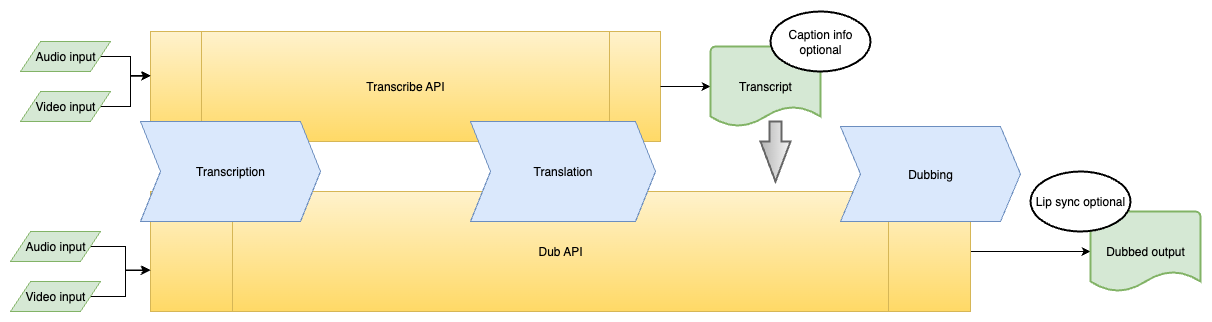
Before: src/pages/guides/TLS/TLS_workflow_diagram.drawio.png, a diagram exported from draw.io (AdobeDocs/ffs-audio-video-API). Source tidied: cells renumbered, new cells last; positions are measured from the earlier drawing's top-left corner, leaving out a move shared by most shapes. The source it was exported from:
```xml
<mxGraphModel>
  <root>
    <mxCell id="0" />
    <mxCell id="1" parent="0" />
    <mxCell id="2" style="edgeStyle=orthogonalEdgeStyle;rounded=0;jettySize=auto;html=1;exitX=1;exitY=0.5;exitDx=0;exitDy=0;" parent="1" edge="1" source="3" target="24">
      <mxGeometry relative="1" as="geometry" />
    </mxCell>
    <mxCell id="3" value="Dub API" style="shape=process;whiteSpace=wrap;html=1;backgroundOutline=1;fillColor=#fff2cc;strokeColor=#d6b656;gradientColor=#ffd966;" parent="1" vertex="1">
      <mxGeometry x="140" y="180" width="820" height="120" as="geometry" />
    </mxCell>
    <mxCell id="4" value="Transcribe API" style="shape=process;whiteSpace=wrap;html=1;backgroundOutline=1;align=center;fillColor=#fff2cc;strokeColor=#d6b656;gradientColor=#ffd966;" parent="1" vertex="1">
      <mxGeometry x="140" y="20" width="510" height="110" as="geometry" />
    </mxCell>
    <mxCell id="5" value="Transcription" style="shape=step;perimeter=stepPerimeter;whiteSpace=wrap;html=1;fixedSize=1;fillColor=#dae8fc;strokeColor=#6c8ebf;" parent="1" vertex="1">
      <mxGeometry x="130" y="110" width="180" height="100" as="geometry" />
    </mxCell>
    <mxCell id="6" value="Dubbing" style="shape=step;perimeter=stepPerimeter;whiteSpace=wrap;html=1;fixedSize=1;fillColor=#dae8fc;strokeColor=#6c8ebf;" parent="1" vertex="1">
      <mxGeometry x="830" y="115" width="180" height="95" as="geometry" />
    </mxCell>
    <mxCell id="7" value="Translation" style="shape=step;perimeter=stepPerimeter;whiteSpace=wrap;html=1;fixedSize=1;fillColor=#dae8fc;strokeColor=#6c8ebf;" parent="1" vertex="1">
      <mxGeometry x="460" y="110" width="185" height="100" as="geometry" />
    </mxCell>
    <mxCell id="8" style="edgeStyle=orthogonalEdgeStyle;rounded=0;jettySize=auto;html=1;exitX=1;exitY=0.5;exitDx=0;exitDy=0;entryX=-0.001;entryY=0.659;entryDx=0;entryDy=0;entryPerimeter=0;" parent="1" edge="1" source="18" target="3">
      <mxGeometry relative="1" as="geometry" />
    </mxCell>
    <mxCell id="9" style="edgeStyle=orthogonalEdgeStyle;rounded=0;jettySize=auto;html=1;exitX=1;exitY=0.5;exitDx=0;exitDy=0;entryX=0;entryY=0.655;entryDx=0;entryDy=0;entryPerimeter=0;" parent="1" edge="1" source="19" target="3">
      <mxGeometry relative="1" as="geometry" />
    </mxCell>
    <mxCell id="10" style="edgeStyle=orthogonalEdgeStyle;rounded=0;jettySize=auto;html=1;exitX=1;exitY=0.5;exitDx=0;exitDy=0;entryX=0;entryY=0.4;entryDx=0;entryDy=0;entryPerimeter=0;" parent="1" edge="1" source="15" target="4">
      <mxGeometry relative="1" as="geometry" />
    </mxCell>
    <mxCell id="11" style="edgeStyle=orthogonalEdgeStyle;rounded=0;jettySize=auto;html=1;exitX=1;exitY=0.5;exitDx=0;exitDy=0;entryX=-0.001;entryY=0.407;entryDx=0;entryDy=0;entryPerimeter=0;" parent="1" edge="1" source="16" target="4">
      <mxGeometry relative="1" as="geometry" />
    </mxCell>
    <mxCell id="12" style="edgeStyle=orthogonalEdgeStyle;rounded=0;jettySize=auto;html=1;exitX=1;exitY=0.5;exitDx=0;exitDy=0;entryX=0;entryY=0.5;entryDx=0;entryDy=0;entryPerimeter=0;" parent="1" edge="1" source="4" target="21">
      <mxGeometry relative="1" as="geometry" />
    </mxCell>
    <mxCell id="13" style="verticalLabelPosition=bottom;verticalAlign=top;html=1;strokeWidth=2;shape=mxgraph.arrows2.arrow;dy=0.6;dx=40;notch=0;rotation=0;direction=south;fillColor=#f5f5f5;strokeColor=#666666;gradientColor=#b3b3b3;" parent="1" vertex="1">
      <mxGeometry x="750" y="110" width="30" height="60" as="geometry" />
    </mxCell>
    <mxCell id="14" style="group;" parent="1" vertex="1">
      <mxGeometry x="10" y="30" width="90" height="80" as="geometry" />
    </mxCell>
    <mxCell id="15" value="Audio input" style="shape=parallelogram;perimeter=parallelogramPerimeter;whiteSpace=wrap;html=1;fixedSize=1;fillColor=#d5e8d4;strokeColor=#82b366;" parent="14" vertex="1">
      <mxGeometry width="90" height="30" as="geometry" />
    </mxCell>
    <mxCell id="16" value="Video input" style="shape=parallelogram;perimeter=parallelogramPerimeter;whiteSpace=wrap;html=1;fixedSize=1;fillColor=#d5e8d4;strokeColor=#82b366;" parent="14" vertex="1">
      <mxGeometry y="50" width="90" height="30" as="geometry" />
    </mxCell>
    <mxCell id="17" style="group;" parent="1" vertex="1">
      <mxGeometry y="220" width="90" height="80" as="geometry" />
    </mxCell>
    <mxCell id="18" value="Audio input" style="shape=parallelogram;perimeter=parallelogramPerimeter;whiteSpace=wrap;html=1;fixedSize=1;fillColor=#d5e8d4;strokeColor=#82b366;" parent="17" vertex="1">
      <mxGeometry width="90" height="30" as="geometry" />
    </mxCell>
    <mxCell id="19" value="Video input" style="shape=parallelogram;perimeter=parallelogramPerimeter;whiteSpace=wrap;html=1;fixedSize=1;fillColor=#d5e8d4;strokeColor=#82b366;" parent="17" vertex="1">
      <mxGeometry y="50" width="90" height="30" as="geometry" />
    </mxCell>
    <mxCell id="20" style="group;" parent="1" vertex="1">
      <mxGeometry x="700" width="160" height="115" as="geometry" />
    </mxCell>
    <mxCell id="21" value="Transcript" style="strokeWidth=2;html=1;shape=mxgraph.flowchart.document2;whiteSpace=wrap;size=0.25;fillColor=#d5e8d4;strokeColor=#82b366;" parent="20" vertex="1">
      <mxGeometry y="35" width="110" height="80" as="geometry" />
    </mxCell>
    <mxCell id="22" value="Caption info optional" style="strokeWidth=2;html=1;shape=mxgraph.flowchart.start_1;whiteSpace=wrap;" parent="20" vertex="1">
      <mxGeometry x="60" width="100" height="60" as="geometry" />
    </mxCell>
    <mxCell id="23" style="group;" parent="1" vertex="1">
      <mxGeometry x="1020" y="160" width="170" height="120" as="geometry" />
    </mxCell>
    <mxCell id="24" value="Dubbed output" style="strokeWidth=2;html=1;shape=mxgraph.flowchart.document2;whiteSpace=wrap;size=0.25;fillColor=#d5e8d4;strokeColor=#82b366;" parent="23" vertex="1">
      <mxGeometry x="60" y="40" width="110" height="80" as="geometry" />
    </mxCell>
    <mxCell id="25" value="Lip sync optional" style="strokeWidth=2;html=1;shape=mxgraph.flowchart.start_1;whiteSpace=wrap;" parent="23" vertex="1">
      <mxGeometry width="100" height="60" as="geometry" />
    </mxCell>
  </root>
</mxGraphModel>
```
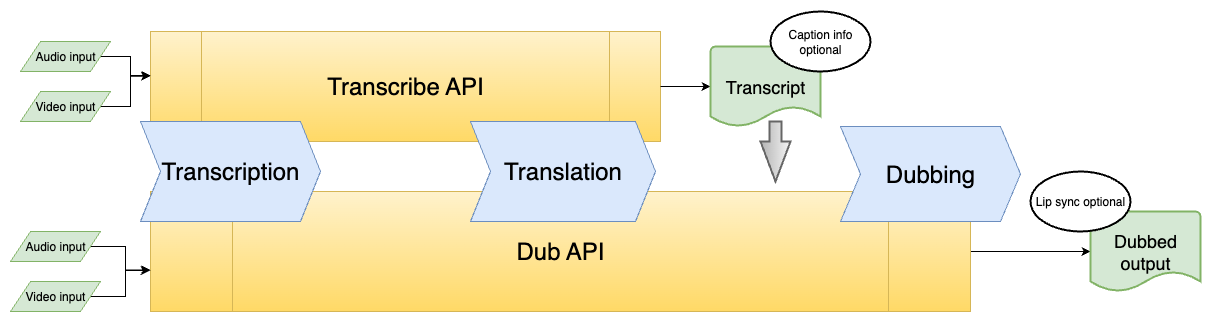
The same file after the commit.

Commit message:
Updated TLS diagram to be more readable

The edit, as a diff of the source:
```diff
@@ -5,19 +5,19 @@
     <mxCell id="2" style="edgeStyle=orthogonalEdgeStyle;rounded=0;jettySize=auto;html=1;exitX=1;exitY=0.5;exitDx=0;exitDy=0;" parent="1" edge="1" source="3" target="24">
       <mxGeometry relative="1" as="geometry" />
     </mxCell>
-    <mxCell id="3" value="Dub API" style="shape=process;whiteSpace=wrap;html=1;backgroundOutline=1;fillColor=#fff2cc;strokeColor=#d6b656;gradientColor=#ffd966;" parent="1" vertex="1">
+    <mxCell id="3" value="&lt;font style=&quot;font-size: 24px;&quot;&gt;Dub API&lt;/font&gt;" style="shape=process;whiteSpace=wrap;html=1;backgroundOutline=1;fillColor=#fff2cc;strokeColor=#d6b656;gradientColor=#ffd966;" parent="1" vertex="1">
       <mxGeometry x="140" y="180" width="820" height="120" as="geometry" />
     </mxCell>
-    <mxCell id="4" value="Transcribe API" style="shape=process;whiteSpace=wrap;html=1;backgroundOutline=1;align=center;fillColor=#fff2cc;strokeColor=#d6b656;gradientColor=#ffd966;" parent="1" vertex="1">
+    <mxCell id="4" value="&lt;font style=&quot;font-size: 24px;&quot;&gt;Transcribe API&lt;/font&gt;" style="shape=process;whiteSpace=wrap;html=1;backgroundOutline=1;align=center;fillColor=#fff2cc;strokeColor=#d6b656;gradientColor=#ffd966;" parent="1" vertex="1">
       <mxGeometry x="140" y="20" width="510" height="110" as="geometry" />
     </mxCell>
-    <mxCell id="5" value="Transcription" style="shape=step;perimeter=stepPerimeter;whiteSpace=wrap;html=1;fixedSize=1;fillColor=#dae8fc;strokeColor=#6c8ebf;" parent="1" vertex="1">
+    <mxCell id="5" value="&lt;font style=&quot;font-size: 24px;&quot;&gt;Transcription&lt;/font&gt;" style="shape=step;perimeter=stepPerimeter;whiteSpace=wrap;html=1;fixedSize=1;fillColor=#dae8fc;strokeColor=#6c8ebf;" parent="1" vertex="1">
       <mxGeometry x="130" y="110" width="180" height="100" as="geometry" />
     </mxCell>
-    <mxCell id="6" value="Dubbing" style="shape=step;perimeter=stepPerimeter;whiteSpace=wrap;html=1;fixedSize=1;fillColor=#dae8fc;strokeColor=#6c8ebf;" parent="1" vertex="1">
+    <mxCell id="6" value="&lt;font style=&quot;font-size: 24px;&quot;&gt;Dubbing&lt;/font&gt;" style="shape=step;perimeter=stepPerimeter;whiteSpace=wrap;html=1;fixedSize=1;fillColor=#dae8fc;strokeColor=#6c8ebf;" parent="1" vertex="1">
       <mxGeometry x="830" y="115" width="180" height="95" as="geometry" />
     </mxCell>
-    <mxCell id="7" value="Translation" style="shape=step;perimeter=stepPerimeter;whiteSpace=wrap;html=1;fixedSize=1;fillColor=#dae8fc;strokeColor=#6c8ebf;" parent="1" vertex="1">
+    <mxCell id="7" value="&lt;font style=&quot;font-size: 24px;&quot;&gt;Translation&lt;/font&gt;" style="shape=step;perimeter=stepPerimeter;whiteSpace=wrap;html=1;fixedSize=1;fillColor=#dae8fc;strokeColor=#6c8ebf;" parent="1" vertex="1">
       <mxGeometry x="460" y="110" width="185" height="100" as="geometry" />
     </mxCell>
     <mxCell id="8" style="edgeStyle=orthogonalEdgeStyle;rounded=0;jettySize=auto;html=1;exitX=1;exitY=0.5;exitDx=0;exitDy=0;entryX=-0.001;entryY=0.659;entryDx=0;entryDy=0;entryPerimeter=0;" parent="1" edge="1" source="18" target="3">
@@ -59,7 +59,7 @@
     <mxCell id="20" style="group;" parent="1" vertex="1">
       <mxGeometry x="700" width="160" height="115" as="geometry" />
     </mxCell>
-    <mxCell id="21" value="Transcript" style="strokeWidth=2;html=1;shape=mxgraph.flowchart.document2;whiteSpace=wrap;size=0.25;fillColor=#d5e8d4;strokeColor=#82b366;" parent="20" vertex="1">
+    <mxCell id="21" value="&lt;font style=&quot;font-size: 18px;&quot;&gt;Transcript&lt;/font&gt;" style="strokeWidth=2;html=1;shape=mxgraph.flowchart.document2;whiteSpace=wrap;size=0.25;fillColor=#d5e8d4;strokeColor=#82b366;" parent="20" vertex="1">
       <mxGeometry y="35" width="110" height="80" as="geometry" />
     </mxCell>
     <mxCell id="22" value="Caption info optional" style="strokeWidth=2;html=1;shape=mxgraph.flowchart.start_1;whiteSpace=wrap;" parent="20" vertex="1">
@@ -68,7 +68,7 @@
     <mxCell id="23" style="group;" parent="1" vertex="1">
       <mxGeometry x="1020" y="160" width="170" height="120" as="geometry" />
     </mxCell>
-    <mxCell id="24" value="Dubbed output" style="strokeWidth=2;html=1;shape=mxgraph.flowchart.document2;whiteSpace=wrap;size=0.25;fillColor=#d5e8d4;strokeColor=#82b366;" parent="23" vertex="1">
+    <mxCell id="24" value="&lt;font style=&quot;font-size: 18px;&quot;&gt;Dubbed output&lt;/font&gt;" style="strokeWidth=2;html=1;shape=mxgraph.flowchart.document2;whiteSpace=wrap;size=0.25;fillColor=#d5e8d4;strokeColor=#82b366;" parent="23" vertex="1">
       <mxGeometry x="60" y="40" width="110" height="80" as="geometry" />
     </mxCell>
     <mxCell id="25" value="Lip sync optional" style="strokeWidth=2;html=1;shape=mxgraph.flowchart.start_1;whiteSpace=wrap;" parent="23" vertex="1">
```
